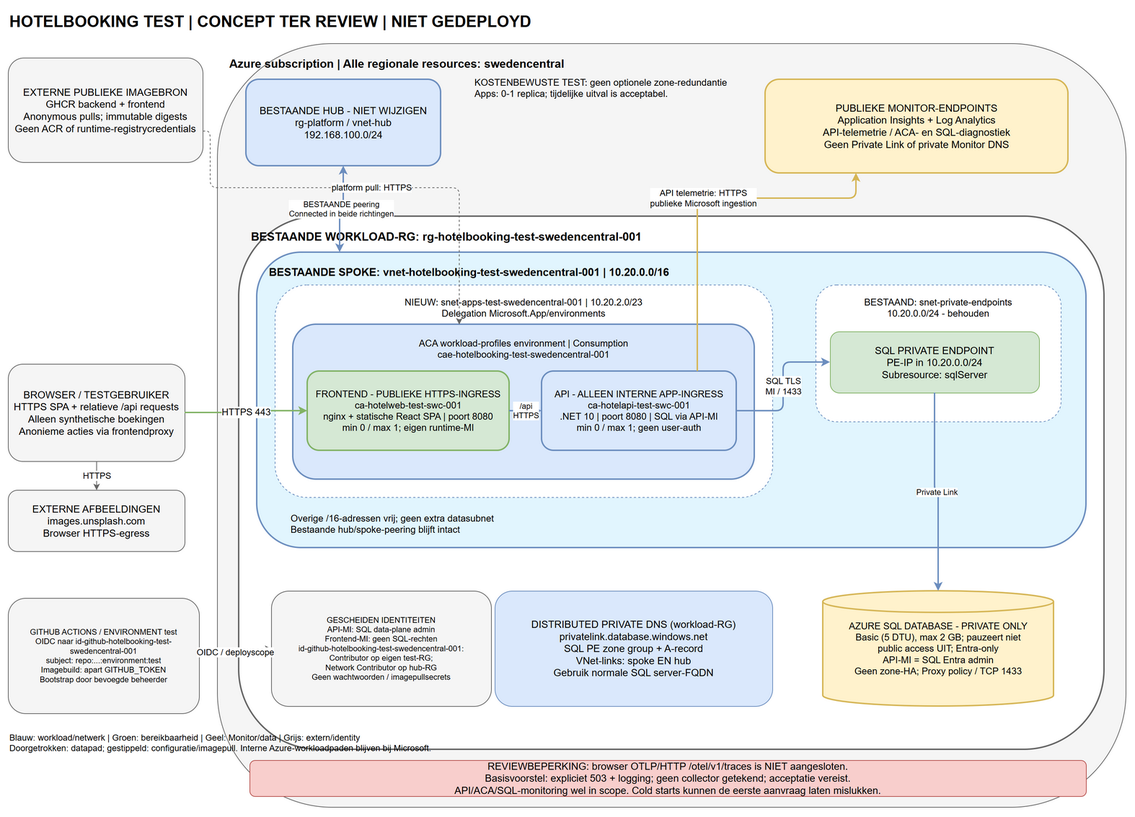
This is docs/architecture.png from Perry-b29/az-platform-hotelbooking, a draw.io export, as it was before one commit. Source tidied: cells renumbered, new cells last; positions are measured from the earlier drawing's top-left corner, leaving out a move shared by most shapes.
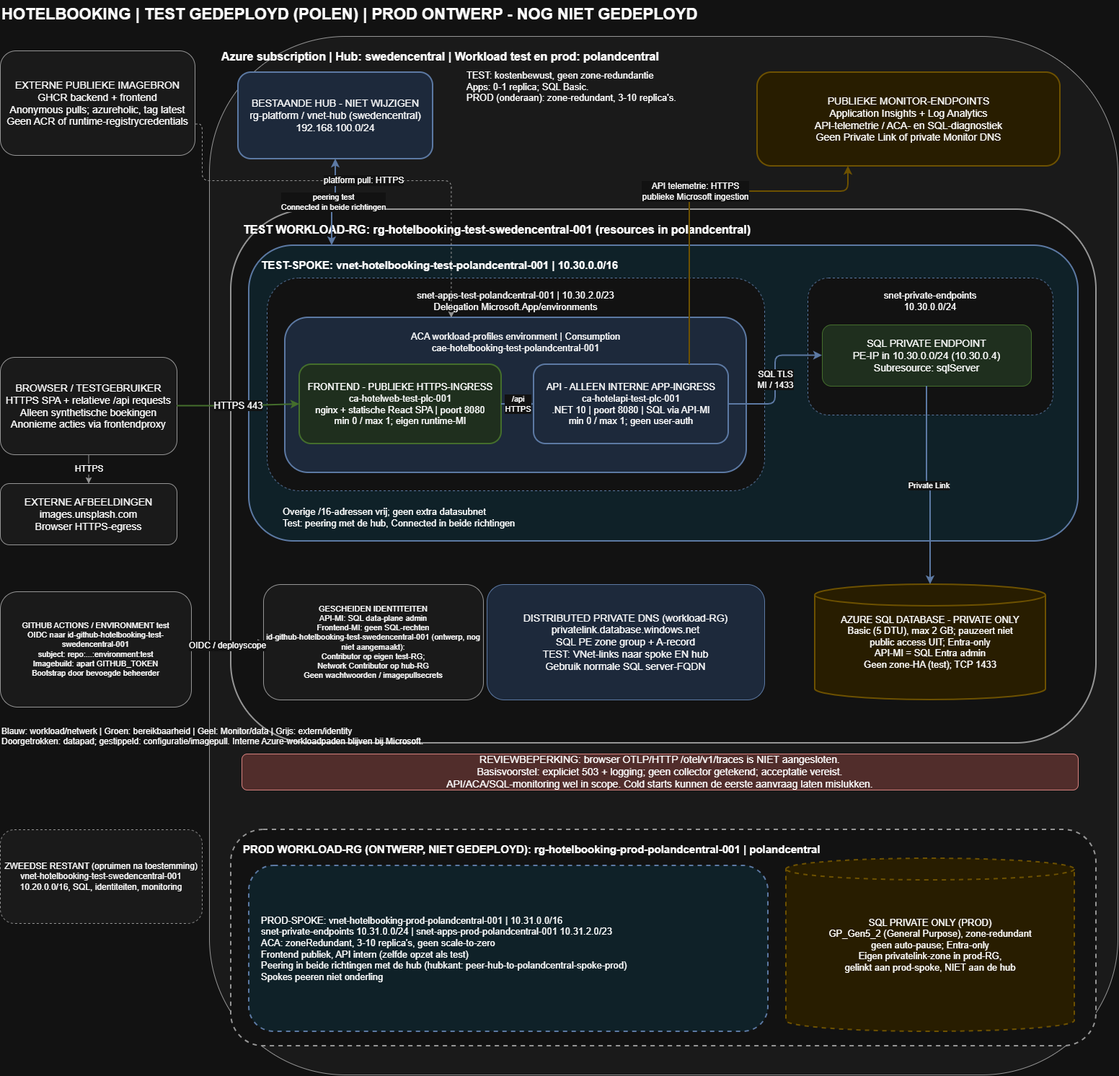
After the commit.

Commit message:
Update architecture diagram export

Change to the diagram source:
```diff
@@ -2,58 +2,58 @@
   <root>
     <mxCell id="0" />
     <mxCell id="1" parent="0" />
-    <mxCell id="2" value="HOTELBOOKING TEST | CONCEPT TER REVIEW | NIET GEDEPLOYD" style="text;html=1;align=left;fontSize=22;fontStyle=1;" parent="1" vertex="1">
+    <mxCell id="2" value="HOTELBOOKING | TEST GEDEPLOYD (POLEN) | PROD ONTWERP - NOG NIET GEDEPLOYD" style="text;html=1;align=left;fontSize=22;fontStyle=1;" parent="1" vertex="1">
       <mxGeometry width="1500" height="40" as="geometry" />
     </mxCell>
-    <mxCell id="3" value="Azure subscription | Alle regionale resources: swedencentral" style="rounded=1;whiteSpace=wrap;html=1;verticalAlign=top;align=left;spacingTop=12;spacingLeft=15;fillColor=#f5f5f5;strokeColor=#666666;fontSize=16;fontStyle=1;" parent="1" vertex="1">
-      <mxGeometry x="290" y="50" width="1260" height="1060" as="geometry" />
+    <mxCell id="3" value="Azure subscription | Hub: swedencentral | Workload test en prod: polandcentral" style="rounded=1;whiteSpace=wrap;html=1;verticalAlign=top;align=left;spacingTop=12;spacingLeft=15;fillColor=#f5f5f5;strokeColor=#666666;fontSize=16;fontStyle=1;" parent="1" vertex="1">
+      <mxGeometry x="290" y="50" width="1260" height="1440" as="geometry" />
     </mxCell>
-    <mxCell id="4" value="BESTAANDE HUB - NIET WIJZIGEN&lt;br&gt;rg-platform / vnet-hub&lt;br&gt;192.168.100.0/24" style="rounded=1;whiteSpace=wrap;html=1;fillColor=#dae8fc;strokeColor=#6c8ebf;strokeWidth=2;fontSize=14;" parent="1" vertex="1">
+    <mxCell id="4" value="BESTAANDE HUB - NIET WIJZIGEN&lt;br&gt;rg-platform / vnet-hub (swedencentral)&lt;br&gt;192.168.100.0/24" style="rounded=1;whiteSpace=wrap;html=1;fillColor=#dae8fc;strokeColor=#6c8ebf;strokeWidth=2;fontSize=14;" parent="1" vertex="1">
       <mxGeometry x="330" y="100" width="270" height="120" as="geometry" />
     </mxCell>
     <mxCell id="5" value="PUBLIEKE MONITOR-ENDPOINTS&lt;br&gt;Application Insights + Log Analytics&lt;br&gt;API-telemetrie / ACA- en SQL-diagnostiek&lt;br&gt;Geen Private Link of private Monitor DNS" style="rounded=1;whiteSpace=wrap;html=1;fillColor=#fff2cc;strokeColor=#d6b656;strokeWidth=2;fontSize=14;" parent="1" vertex="1">
       <mxGeometry x="1050" y="100" width="420" height="130" as="geometry" />
     </mxCell>
-    <mxCell id="6" value="KOSTENBEWUSTE TEST: geen optionele zone-redundantie&lt;br&gt;Apps: 0-1 replica; tijdelijke uitval is acceptabel." style="text;html=1;align=left;fontSize=13;" parent="1" vertex="1">
+    <mxCell id="6" value="TEST: kostenbewust, geen zone-redundantie&lt;br&gt;Apps: 0-1 replica; SQL Basic.&lt;br&gt;PROD (onderaan): zone-redundant, 3-10 replica's." style="text;html=1;align=left;fontSize=13;" parent="1" vertex="1">
       <mxGeometry x="645" y="90" width="360" height="95" as="geometry" />
     </mxCell>
-    <mxCell id="7" value="BESTAANDE WORKLOAD-RG: rg-hotelbooking-test-swedencentral-001" style="rounded=1;whiteSpace=wrap;html=1;verticalAlign=top;align=left;spacingTop=12;spacingLeft=15;fillColor=#ffffff;strokeColor=#666666;strokeWidth=2;fontSize=16;fontStyle=1;" parent="1" vertex="1">
+    <mxCell id="7" value="TEST WORKLOAD-RG: rg-hotelbooking-test-swedencentral-001 (resources in polandcentral)" style="rounded=1;whiteSpace=wrap;html=1;verticalAlign=top;align=left;spacingTop=12;spacingLeft=15;fillColor=#ffffff;strokeColor=#666666;strokeWidth=2;fontSize=16;fontStyle=1;" parent="1" vertex="1">
       <mxGeometry x="320" y="290" width="1200" height="740" as="geometry" />
     </mxCell>
-    <mxCell id="8" value="BESTAANDE SPOKE: vnet-hotelbooking-test-swedencentral-001 | 10.20.0.0/16" style="rounded=1;whiteSpace=wrap;html=1;verticalAlign=top;align=left;spacingTop=12;spacingLeft=15;fillColor=#e1f5fe;strokeColor=#6c8ebf;strokeWidth=2;fontSize=15;fontStyle=1;" parent="1" vertex="1">
+    <mxCell id="8" value="TEST-SPOKE: vnet-hotelbooking-test-polandcentral-001 | 10.30.0.0/16" style="rounded=1;whiteSpace=wrap;html=1;verticalAlign=top;align=left;spacingTop=12;spacingLeft=15;fillColor=#e1f5fe;strokeColor=#6c8ebf;strokeWidth=2;fontSize=15;fontStyle=1;" parent="1" vertex="1">
       <mxGeometry x="345" y="340" width="1150" height="410" as="geometry" />
     </mxCell>
-    <mxCell id="9" value="NIEUW: snet-apps-test-swedencentral-001 | 10.20.2.0/23&lt;br&gt;Delegation Microsoft.App/environments" style="rounded=1;whiteSpace=wrap;html=1;verticalAlign=top;spacingTop=10;fillColor=#ffffff;strokeColor=#6c8ebf;dashed=1;fontSize=13;" parent="1" vertex="1">
+    <mxCell id="9" value="snet-apps-test-polandcentral-001 | 10.30.2.0/23&lt;br&gt;Delegation Microsoft.App/environments" style="rounded=1;whiteSpace=wrap;html=1;verticalAlign=top;spacingTop=10;fillColor=#ffffff;strokeColor=#6c8ebf;dashed=1;fontSize=13;" parent="1" vertex="1">
       <mxGeometry x="370" y="385" width="690" height="295" as="geometry" />
     </mxCell>
-    <mxCell id="10" value="ACA workload-profiles environment | Consumption&lt;br&gt;cae-hotelbooking-test-swedencentral-001" style="rounded=1;whiteSpace=wrap;html=1;verticalAlign=top;spacingTop=12;fillColor=#dae8fc;strokeColor=#6c8ebf;strokeWidth=2;fontSize=13;" parent="1" vertex="1">
+    <mxCell id="10" value="ACA workload-profiles environment | Consumption&lt;br&gt;cae-hotelbooking-test-polandcentral-001" style="rounded=1;whiteSpace=wrap;html=1;verticalAlign=top;spacingTop=12;fillColor=#dae8fc;strokeColor=#6c8ebf;strokeWidth=2;fontSize=13;" parent="1" vertex="1">
       <mxGeometry x="395" y="440" width="640" height="215" as="geometry" />
     </mxCell>
-    <mxCell id="11" value="FRONTEND - PUBLIEKE HTTPS-INGRESS&lt;br&gt;ca-hotelweb-test-swc-001&lt;br&gt;nginx + statische React SPA | poort 8080&lt;br&gt;min 0 / max 1; eigen runtime-MI" style="rounded=1;whiteSpace=wrap;html=1;fillColor=#d5e8d4;strokeColor=#82b366;strokeWidth=2;fontSize=13;" parent="1" vertex="1">
+    <mxCell id="11" value="FRONTEND - PUBLIEKE HTTPS-INGRESS&lt;br&gt;ca-hotelweb-test-plc-001&lt;br&gt;nginx + statische React SPA | poort 8080&lt;br&gt;min 0 / max 1; eigen runtime-MI" style="rounded=1;whiteSpace=wrap;html=1;fillColor=#d5e8d4;strokeColor=#82b366;strokeWidth=2;fontSize=13;" parent="1" vertex="1">
       <mxGeometry x="415" y="505" width="280" height="110" as="geometry" />
     </mxCell>
-    <mxCell id="12" value="API - ALLEEN INTERNE APP-INGRESS&lt;br&gt;ca-hotelapi-test-swc-001&lt;br&gt;.NET 10 | poort 8080 | SQL via API-MI&lt;br&gt;min 0 / max 1; geen user-auth" style="rounded=1;whiteSpace=wrap;html=1;fillColor=#dae8fc;strokeColor=#6c8ebf;strokeWidth=2;fontSize=13;" parent="1" vertex="1">
+    <mxCell id="12" value="API - ALLEEN INTERNE APP-INGRESS&lt;br&gt;ca-hotelapi-test-plc-001&lt;br&gt;.NET 10 | poort 8080 | SQL via API-MI&lt;br&gt;min 0 / max 1; geen user-auth" style="rounded=1;whiteSpace=wrap;html=1;fillColor=#dae8fc;strokeColor=#6c8ebf;strokeWidth=2;fontSize=13;" parent="1" vertex="1">
       <mxGeometry x="740" y="505" width="270" height="110" as="geometry" />
     </mxCell>
-    <mxCell id="13" value="BESTAAND: snet-private-endpoints&lt;br&gt;10.20.0.0/24 - behouden" style="rounded=1;whiteSpace=wrap;html=1;verticalAlign=top;spacingTop=10;fillColor=#ffffff;strokeColor=#6c8ebf;dashed=1;fontSize=13;" parent="1" vertex="1">
+    <mxCell id="13" value="snet-private-endpoints&lt;br&gt;10.30.0.0/24" style="rounded=1;whiteSpace=wrap;html=1;verticalAlign=top;spacingTop=10;fillColor=#ffffff;strokeColor=#6c8ebf;dashed=1;fontSize=13;" parent="1" vertex="1">
       <mxGeometry x="1120" y="385" width="340" height="190" as="geometry" />
     </mxCell>
-    <mxCell id="14" value="SQL PRIVATE ENDPOINT&lt;br&gt;PE-IP in 10.20.0.0/24&lt;br&gt;Subresource: sqlServer" style="rounded=1;whiteSpace=wrap;html=1;fillColor=#d5e8d4;strokeColor=#82b366;fontSize=14;" parent="1" vertex="1">
+    <mxCell id="14" value="SQL PRIVATE ENDPOINT&lt;br&gt;PE-IP in 10.30.0.0/24 (10.30.0.4)&lt;br&gt;Subresource: sqlServer" style="rounded=1;whiteSpace=wrap;html=1;fillColor=#d5e8d4;strokeColor=#82b366;fontSize=14;" parent="1" vertex="1">
       <mxGeometry x="1140" y="450" width="290" height="85" as="geometry" />
     </mxCell>
-    <mxCell id="15" value="Overige /16-adressen vrij; geen extra datasubnet&lt;br&gt;Bestaande hub/spoke-peering blijft intact" style="text;html=1;fontSize=13;align=left;" parent="1" vertex="1">
+    <mxCell id="15" value="Overige /16-adressen vrij; geen extra datasubnet&lt;br&gt;Test: peering met de hub, Connected in beide richtingen" style="text;html=1;fontSize=13;align=left;" parent="1" vertex="1">
       <mxGeometry x="390" y="695" width="660" height="40" as="geometry" />
     </mxCell>
-    <mxCell id="16" value="AZURE SQL DATABASE - PRIVATE ONLY&lt;br&gt;Basic (5 DTU), max 2 GB; pauzeert niet&lt;br&gt;public access UIT; Entra-only&lt;br&gt;API-MI = SQL Entra admin&lt;br&gt;Geen zone-HA; Proxy policy / TCP 1433" style="shape=cylinder3;whiteSpace=wrap;html=1;fillColor=#fff2cc;strokeColor=#d6b656;strokeWidth=2;fontSize=13;" parent="1" vertex="1">
+    <mxCell id="16" value="AZURE SQL DATABASE - PRIVATE ONLY&lt;br&gt;Basic (5 DTU), max 2 GB; pauzeert niet&lt;br&gt;public access UIT; Entra-only&lt;br&gt;API-MI = SQL Entra admin&lt;br&gt;Geen zone-HA (test); TCP 1433" style="shape=cylinder3;whiteSpace=wrap;html=1;fillColor=#fff2cc;strokeColor=#d6b656;strokeWidth=2;fontSize=13;" parent="1" vertex="1">
       <mxGeometry x="1130" y="810" width="320" height="160" as="geometry" />
     </mxCell>
-    <mxCell id="17" value="DISTRIBUTED PRIVATE DNS (workload-RG)&lt;br&gt;privatelink.database.windows.net&lt;br&gt;SQL PE zone group + A-record&lt;br&gt;VNet-links: spoke EN hub&lt;br&gt;Gebruik normale SQL server-FQDN" style="rounded=1;whiteSpace=wrap;html=1;fillColor=#dae8fc;strokeColor=#6c8ebf;fontSize=14;" parent="1" vertex="1">
+    <mxCell id="17" value="DISTRIBUTED PRIVATE DNS (workload-RG)&lt;br&gt;privatelink.database.windows.net&lt;br&gt;SQL PE zone group + A-record&lt;br&gt;TEST: VNet-links naar spoke EN hub&lt;br&gt;Gebruik normale SQL server-FQDN" style="rounded=1;whiteSpace=wrap;html=1;fillColor=#dae8fc;strokeColor=#6c8ebf;fontSize=14;" parent="1" vertex="1">
       <mxGeometry x="675" y="810" width="385" height="160" as="geometry" />
     </mxCell>
-    <mxCell id="18" value="GESCHEIDEN IDENTITEITEN&lt;br&gt;API-MI: SQL data-plane admin&lt;br&gt;Frontend-MI: geen SQL-rechten&lt;br&gt;id-github-hotelbooking-test-swedencentral-001:&lt;br&gt;Contributor op eigen test-RG;&lt;br&gt;Network Contributor op hub-RG&lt;br&gt;Geen wachtwoorden / imagepullsecrets" style="rounded=1;whiteSpace=wrap;html=1;fillColor=#f5f5f5;strokeColor=#666666;fontSize=11;" parent="1" vertex="1">
+    <mxCell id="18" value="GESCHEIDEN IDENTITEITEN&lt;br&gt;API-MI: SQL data-plane admin&lt;br&gt;Frontend-MI: geen SQL-rechten&lt;br&gt;id-github-hotelbooking-test-swedencentral-001 (ontwerp, nog niet aangemaakt):&lt;br&gt;Contributor op eigen test-RG;&lt;br&gt;Network Contributor op hub-RG&lt;br&gt;Geen wachtwoorden / imagepullsecrets" style="rounded=1;whiteSpace=wrap;html=1;fillColor=#f5f5f5;strokeColor=#666666;fontSize=11;" parent="1" vertex="1">
       <mxGeometry x="365" y="810" width="305" height="160" as="geometry" />
     </mxCell>
-    <mxCell id="19" value="EXTERNE PUBLIEKE IMAGEBRON&lt;br&gt;GHCR backend + frontend&lt;br&gt;Anonymous pulls; immutable digests&lt;br&gt;Geen ACR of runtime-registrycredentials" style="rounded=1;whiteSpace=wrap;html=1;fillColor=#f5f5f5;strokeColor=#666666;fontSize=14;" parent="1" vertex="1">
+    <mxCell id="19" value="EXTERNE PUBLIEKE IMAGEBRON&lt;br&gt;GHCR backend + frontend&lt;br&gt;Anonymous pulls; azureholic, tag latest&lt;br&gt;Geen ACR of runtime-registrycredentials" style="rounded=1;whiteSpace=wrap;html=1;fillColor=#f5f5f5;strokeColor=#666666;fontSize=14;" parent="1" vertex="1">
       <mxGeometry y="70" width="270" height="145" as="geometry" />
     </mxCell>
     <mxCell id="20" value="BROWSER / TESTGEBRUIKER&lt;br&gt;HTTPS SPA + relatieve /api requests&lt;br&gt;Alleen synthetische boekingen&lt;br&gt;Anonieme acties via frontendproxy" style="rounded=1;whiteSpace=wrap;html=1;fillColor=#f5f5f5;strokeColor=#666666;fontSize=14;" parent="1" vertex="1">
@@ -83,7 +83,7 @@
     <mxCell id="28" value="Private Link" style="edgeStyle=orthogonalEdgeStyle;rounded=1;html=1;strokeColor=#6c8ebf;strokeWidth=2;exitX=0.5;exitY=1;entryX=0.5;entryY=0;" parent="1" edge="1" source="14" target="16">
       <mxGeometry relative="1" as="geometry" />
     </mxCell>
-    <mxCell id="29" value="BESTAANDE peering&lt;br&gt;Connected in beide richtingen" style="edgeStyle=orthogonalEdgeStyle;rounded=1;html=1;strokeColor=#6c8ebf;strokeWidth=2;startArrow=classic;endArrow=classic;exitX=0.5;exitY=1;entryX=0.1;entryY=0;" parent="1" edge="1" source="4" target="8">
+    <mxCell id="29" value="peering test&lt;br&gt;Connected in beide richtingen" style="edgeStyle=orthogonalEdgeStyle;rounded=1;html=1;strokeColor=#6c8ebf;strokeWidth=2;startArrow=classic;endArrow=classic;exitX=0.5;exitY=1;entryX=0.1;entryY=0;" parent="1" edge="1" source="4" target="8">
       <mxGeometry relative="1" as="geometry" />
     </mxCell>
     <mxCell id="30" value="API telemetrie: HTTPS&lt;br&gt;publieke Microsoft ingestion" style="edgeStyle=orthogonalEdgeStyle;rounded=1;html=1;strokeColor=#d6b656;strokeWidth=2;fontSize=12;exitX=0.8;exitY=0;entryX=0.3;entryY=1;" parent="1" edge="1" source="12" target="5">
@@ -108,5 +108,17 @@
     <mxCell id="33" value="HTTPS" style="edgeStyle=orthogonalEdgeStyle;rounded=1;html=1;strokeColor=#666666;fontSize=12;exitX=0.5;exitY=1;entryX=0.5;entryY=0;" parent="1" edge="1" source="20" target="21">
       <mxGeometry relative="1" as="geometry" />
     </mxCell>
+    <mxCell id="34" value="PROD WORKLOAD-RG (ONTWERP, NIET GEDEPLOYD): rg-hotelbooking-prod-polandcentral-001 | polandcentral" style="rounded=1;whiteSpace=wrap;html=1;verticalAlign=top;align=left;spacingTop=12;spacingLeft=15;fillColor=#ffffff;strokeColor=#666666;strokeWidth=2;dashed=1;fontSize=15;fontStyle=1;" parent="1" vertex="1">
+      <mxGeometry x="320" y="1150" width="1200" height="300" as="geometry" />
+    </mxCell>
+    <mxCell id="35" value="PROD-SPOKE: vnet-hotelbooking-prod-polandcentral-001 | 10.31.0.0/16&lt;br&gt;snet-private-endpoints 10.31.0.0/24 | snet-apps-prod-polandcentral-001 10.31.2.0/23&lt;br&gt;ACA: zoneRedundant, 3-10 replica's, geen scale-to-zero&lt;br&gt;Frontend publiek, API intern (zelfde opzet als test)&lt;br&gt;Peering in beide richtingen met de hub (hubkant: peer-hub-to-polandcentral-spoke-prod)&lt;br&gt;Spokes peeren niet onderling" style="rounded=1;whiteSpace=wrap;html=1;align=left;spacingLeft=15;fillColor=#e1f5fe;strokeColor=#6c8ebf;strokeWidth=2;dashed=1;fontSize=13;" parent="1" vertex="1">
+      <mxGeometry x="345" y="1200" width="720" height="230" as="geometry" />
+    </mxCell>
+    <mxCell id="36" value="SQL PRIVATE ONLY (PROD)&lt;br&gt;GP_Gen5_2 (General Purpose), zone-redundant&lt;br&gt;geen auto-pause; Entra-only&lt;br&gt;Eigen privatelink-zone in prod-RG,&lt;br&gt;gelinkt aan prod-spoke, NIET aan de hub" style="shape=cylinder3;whiteSpace=wrap;html=1;fillColor=#fff2cc;strokeColor=#d6b656;strokeWidth=2;dashed=1;fontSize=13;" parent="1" vertex="1">
+      <mxGeometry x="1090" y="1190" width="400" height="240" as="geometry" />
+    </mxCell>
+    <mxCell id="37" value="ZWEEDSE RESTANT (opruimen na toestemming)&lt;br&gt;vnet-hotelbooking-test-swedencentral-001&lt;br&gt;10.20.0.0/16, SQL, identiteiten, monitoring" style="rounded=1;whiteSpace=wrap;html=1;fillColor=#f5f5f5;strokeColor=#666666;dashed=1;fontSize=12;" parent="1" vertex="1">
+      <mxGeometry y="1150" width="280" height="130" as="geometry" />
+    </mxCell>
   </root>
 </mxGraphModel>
```
